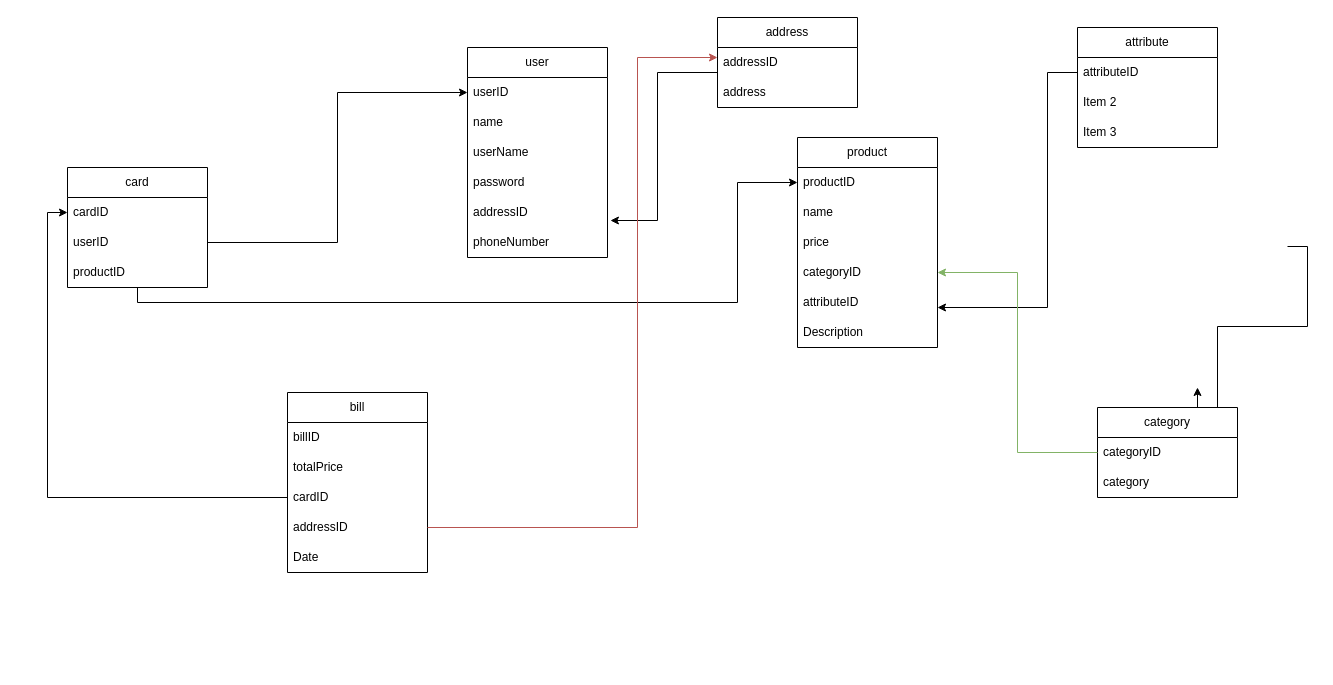
Above: Untitled Diagram.drawio in alirezamhi/ER-diagram (draw.io), before the change. Source tidied: cells renumbered, new cells numbered last; positions are measured from the earlier drawing's top-left corner, leaving out a move shared by most shapes. Both pictures are drawn from the tidied source at 100%, with x=0, y=0 at pixel (67, 17).
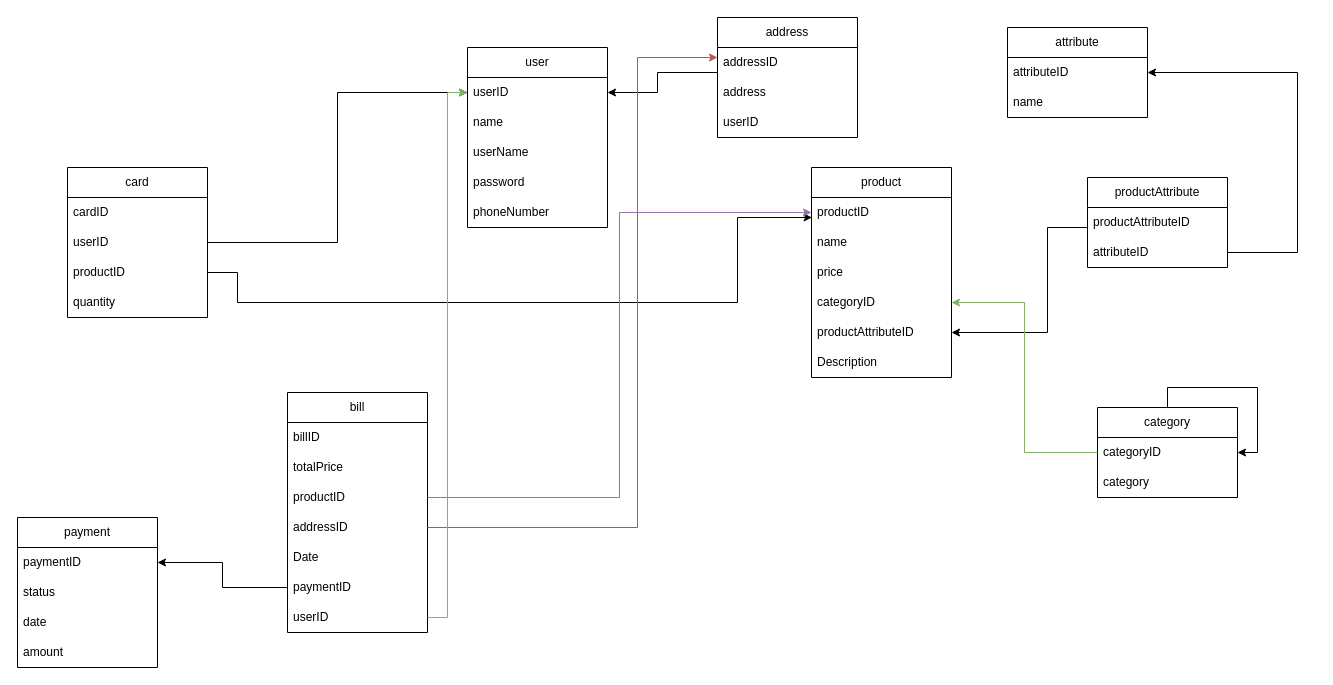
The same diagram, later.

The change refers to these unchanged cells:
```xml
<mxCell id="4" value="userID" style="text;strokeColor=none;fillColor=none;align=left;verticalAlign=middle;spacingLeft=4;spacingRight=4;overflow=hidden;points=[[0,0.5],[1,0.5]];portConstraint=eastwest;whiteSpace=wrap;html=1;" parent="3" vertex="1">
  <mxGeometry y="30" width="140" height="30" as="geometry" />
</mxCell>
<mxCell id="14" value="productID" style="text;strokeColor=none;fillColor=none;align=left;verticalAlign=middle;spacingLeft=4;spacingRight=4;overflow=hidden;points=[[0,0.5],[1,0.5]];portConstraint=eastwest;whiteSpace=wrap;html=1;" parent="13" vertex="1">
  <mxGeometry y="30" width="140" height="30" as="geometry" />
</mxCell>
<mxCell id="21" value="attributeID" style="text;strokeColor=none;fillColor=none;align=left;verticalAlign=middle;spacingLeft=4;spacingRight=4;overflow=hidden;points=[[0,0.5],[1,0.5]];portConstraint=eastwest;whiteSpace=wrap;html=1;" parent="20" vertex="1">
  <mxGeometry y="30" width="140" height="30" as="geometry" />
</mxCell>
<mxCell id="25" value="category" style="swimlane;fontStyle=0;horizontal=1;startSize=30;whiteSpace=wrap;html=1;" parent="1" vertex="1">
  <mxGeometry x="1030" y="390" width="140" height="90" as="geometry" />
</mxCell>
<mxCell id="26" value="categoryID" style="text;strokeColor=none;fillColor=none;align=left;verticalAlign=middle;spacingLeft=4;spacingRight=4;overflow=hidden;points=[[0,0.5],[1,0.5]];portConstraint=eastwest;whiteSpace=wrap;html=1;" parent="25" vertex="1">
  <mxGeometry y="30" width="140" height="30" as="geometry" />
</mxCell>
<mxCell id="30" value="cardID" style="text;strokeColor=none;fillColor=none;align=left;verticalAlign=middle;spacingLeft=4;spacingRight=4;overflow=hidden;points=[[0,0.5],[1,0.5]];portConstraint=eastwest;whiteSpace=wrap;html=1;" parent="29" vertex="1">
  <mxGeometry y="30" width="140" height="30" as="geometry" />
</mxCell>
<mxCell id="32" value="productID" style="text;strokeColor=none;fillColor=none;align=left;verticalAlign=middle;spacingLeft=4;spacingRight=4;overflow=hidden;points=[[0,0.5],[1,0.5]];portConstraint=eastwest;whiteSpace=wrap;html=1;" parent="29" vertex="1">
  <mxGeometry y="90" width="140" height="30" as="geometry" />
</mxCell>
```

What changed in the source:
```diff
@@
-    <mxCell id="2" style="edgeStyle=orthogonalEdgeStyle;rounded=0;orthogonalLoop=1;jettySize=auto;html=1;exitX=1;exitY=0.5;exitDx=0;exitDy=0;entryX=1;entryY=0.5;entryDx=0;entryDy=0;" parent="1" edge="1">
-      <mxGeometry relative="1" as="geometry">
-        <mxPoint x="1220" y="229" as="sourcePoint" />
-        <mxPoint x="1130" y="370" as="targetPoint" />
-        <Array as="points">
-          <mxPoint x="1240" y="229" />
-          <mxPoint x="1240" y="309" />
-          <mxPoint x="1150" y="309" />
-          <mxPoint x="1150" y="419" />
-        </Array>
-      </mxGeometry>
-    </mxCell>
     <mxCell id="3" value="user" style="swimlane;fontStyle=0;horizontal=1;startSize=30;whiteSpace=wrap;html=1;" parent="1" vertex="1">
-      <mxGeometry x="400" y="30" width="140" height="210" as="geometry" />
+      <mxGeometry x="400" y="30" width="140" height="180" as="geometry" />
     </mxCell>
@@
-    <mxCell id="8" value="addressID" style="text;strokeColor=none;fillColor=none;align=left;verticalAlign=middle;spacingLeft=4;spacingRight=4;overflow=hidden;points=[[0,0.5],[1,0.5]];portConstraint=eastwest;whiteSpace=wrap;html=1;" parent="3" vertex="1">
-      <mxGeometry y="150" width="140" height="30" as="geometry" />
-    </mxCell>
     <mxCell id="9" value="phoneNumber" style="text;strokeColor=none;fillColor=none;align=left;verticalAlign=middle;spacingLeft=4;spacingRight=4;overflow=hidden;whiteSpace=wrap;html=1;" parent="3" vertex="1">
-      <mxGeometry y="180" width="140" height="30" as="geometry" />
+      <mxGeometry y="150" width="140" height="30" as="geometry" />
     </mxCell>
     <mxCell id="10" value="address" style="swimlane;fontStyle=0;horizontal=1;startSize=30;whiteSpace=wrap;html=1;" parent="1" vertex="1">
-      <mxGeometry x="650" width="140" height="90" as="geometry" />
+      <mxGeometry x="650" width="140" height="120" as="geometry" />
     </mxCell>
@@
+    <mxCell id="44" value="userID" style="text;strokeColor=none;fillColor=none;align=left;verticalAlign=middle;spacingLeft=4;spacingRight=4;overflow=hidden;whiteSpace=wrap;html=1;" parent="10" vertex="1">
+      <mxGeometry y="90" width="140" height="30" as="geometry" />
+    </mxCell>
     <mxCell id="13" value="product" style="swimlane;fontStyle=0;horizontal=1;startSize=30;whiteSpace=wrap;html=1;" parent="1" vertex="1">
-      <mxGeometry x="730" y="120" width="140" height="210" as="geometry" />
+      <mxGeometry x="744" y="150" width="140" height="210" as="geometry" />
     </mxCell>
@@
-    <mxCell id="18" value="attributeID" style="text;strokeColor=none;fillColor=none;align=left;verticalAlign=middle;spacingLeft=4;spacingRight=4;overflow=hidden;points=[[0,0.5],[1,0.5]];portConstraint=eastwest;whiteSpace=wrap;html=1;" parent="13" vertex="1">
+    <mxCell id="18" value="productAttributeID" style="text;strokeColor=none;fillColor=none;align=left;verticalAlign=middle;spacingLeft=4;spacingRight=4;overflow=hidden;points=[[0,0.5],[1,0.5]];portConstraint=eastwest;whiteSpace=wrap;html=1;" parent="13" vertex="1">
       <mxGeometry y="150" width="140" height="30" as="geometry" />
     </mxCell>
@@
     <mxCell id="20" value="attribute" style="swimlane;fontStyle=0;horizontal=1;startSize=30;whiteSpace=wrap;html=1;" parent="1" vertex="1">
-      <mxGeometry x="1010" y="10" width="140" height="120" as="geometry" />
+      <mxGeometry x="940" y="10" width="140" height="90" as="geometry" />
     </mxCell>
@@
-    <mxCell id="22" value="Item 2" style="text;strokeColor=none;fillColor=none;align=left;verticalAlign=middle;spacingLeft=4;spacingRight=4;overflow=hidden;whiteSpace=wrap;html=1;" parent="20" vertex="1">
+    <mxCell id="22" value="name" style="text;strokeColor=none;fillColor=none;align=left;verticalAlign=middle;spacingLeft=4;spacingRight=4;overflow=hidden;whiteSpace=wrap;html=1;" parent="20" vertex="1">
       <mxGeometry y="60" width="140" height="30" as="geometry" />
     </mxCell>
-    <mxCell id="23" value="Item 3" style="text;strokeColor=none;fillColor=none;align=left;verticalAlign=middle;spacingLeft=4;spacingRight=4;overflow=hidden;whiteSpace=wrap;html=1;" parent="20" vertex="1">
-      <mxGeometry y="90" width="140" height="30" as="geometry" />
-    </mxCell>
-    <mxCell id="24" style="edgeStyle=orthogonalEdgeStyle;rounded=0;jettySize=auto;html=1;" parent="1" edge="1" source="21" target="18">
+    <mxCell id="24" style="edgeStyle=orthogonalEdgeStyle;rounded=0;jettySize=auto;html=1;exitX=0.002;exitY=0.667;exitDx=0;exitDy=0;exitPerimeter=0;" parent="1" edge="1" source="50" target="18">
       <mxGeometry relative="1" as="geometry">
         <Array as="points">
-          <mxPoint x="980" y="55" />
-          <mxPoint x="980" y="290" />
+          <mxPoint x="980" y="210" />
+          <mxPoint x="980" y="315" />
         </Array>
       </mxGeometry>
     </mxCell>
@@
+    <mxCell id="45" style="edgeStyle=orthogonalEdgeStyle;rounded=0;jettySize=auto;html=1;" parent="25" edge="1" source="25" target="26">
+      <mxGeometry relative="1" as="geometry" />
+    </mxCell>
@@
     <mxCell id="29" value="card" style="swimlane;fontStyle=0;horizontal=1;startSize=30;whiteSpace=wrap;html=1;" parent="1" vertex="1">
-      <mxGeometry y="150" width="140" height="120" as="geometry" />
+      <mxGeometry y="150" width="140" height="150" as="geometry" />
     </mxCell>
@@
+    <mxCell id="46" value="quantity" style="text;strokeColor=none;fillColor=none;align=left;verticalAlign=middle;spacingLeft=4;spacingRight=4;overflow=hidden;whiteSpace=wrap;html=1;" parent="29" vertex="1">
+      <mxGeometry y="120" width="140" height="30" as="geometry" />
+    </mxCell>
@@
-    <mxCell id="34" style="edgeStyle=orthogonalEdgeStyle;rounded=0;jettySize=auto;html=1;" parent="1" edge="1" source="32" target="14">
+    <mxCell id="34" style="edgeStyle=orthogonalEdgeStyle;rounded=0;jettySize=auto;html=1;entryX=0.004;entryY=0.667;entryDx=0;entryDy=0;entryPerimeter=0;" parent="1" edge="1" source="32" target="14">
       <mxGeometry relative="1" as="geometry">
         <Array as="points">
+          <mxPoint x="170" y="255" />
+          <mxPoint x="170" y="285" />
           <mxPoint x="670" y="285" />
-          <mxPoint x="670" y="165" />
+          <mxPoint x="670" y="200" />
         </Array>
       </mxGeometry>
     </mxCell>
-    <mxCell id="35" style="edgeStyle=orthogonalEdgeStyle;rounded=0;jettySize=auto;html=1;entryX=1.021;entryY=0.767;entryDx=0;entryDy=0;entryPerimeter=0;" parent="1" edge="1" source="10" target="8">
+    <mxCell id="35" style="edgeStyle=orthogonalEdgeStyle;rounded=0;jettySize=auto;html=1;entryX=1;entryY=0.5;entryDx=0;entryDy=0;" parent="1" edge="1" source="10" target="4">
       <mxGeometry relative="1" as="geometry">
         <Array as="points">
           <mxPoint x="590" y="55" />
-          <mxPoint x="590" y="203" />
+          <mxPoint x="590" y="75" />
         </Array>
       </mxGeometry>
     </mxCell>
     <mxCell id="36" value="bill" style="swimlane;fontStyle=0;horizontal=1;startSize=30;whiteSpace=wrap;html=1;" parent="1" vertex="1">
-      <mxGeometry x="220" y="375" width="140" height="180" as="geometry" />
+      <mxGeometry x="220" y="375" width="140" height="240" as="geometry" />
     </mxCell>
@@
-    <mxCell id="39" value="cardID" style="text;strokeColor=none;fillColor=none;align=left;verticalAlign=middle;spacingLeft=4;spacingRight=4;overflow=hidden;points=[[0,0.5],[1,0.5]];portConstraint=eastwest;whiteSpace=wrap;html=1;" parent="36" vertex="1">
+    <mxCell id="39" value="productID" style="text;strokeColor=none;fillColor=none;align=left;verticalAlign=middle;spacingLeft=4;spacingRight=4;overflow=hidden;points=[[0,0.5],[1,0.5]];portConstraint=eastwest;whiteSpace=wrap;html=1;" parent="36" vertex="1">
       <mxGeometry y="90" width="140" height="30" as="geometry" />
     </mxCell>
@@
-    <mxCell id="42" style="edgeStyle=orthogonalEdgeStyle;rounded=0;jettySize=auto;html=1;entryX=0;entryY=0.5;entryDx=0;entryDy=0;" parent="1" edge="1" source="39" target="30">
-      <mxGeometry relative="1" as="geometry" />
-    </mxCell>
+    <mxCell id="47" value="paymentID" style="text;strokeColor=none;fillColor=none;align=left;verticalAlign=middle;spacingLeft=4;spacingRight=4;overflow=hidden;points=[[0,0.5],[1,0.5]];portConstraint=eastwest;whiteSpace=wrap;html=1;" parent="36" vertex="1">
+      <mxGeometry y="180" width="140" height="30" as="geometry" />
+    </mxCell>
+    <mxCell id="48" value="userID" style="text;strokeColor=none;fillColor=none;align=left;verticalAlign=middle;spacingLeft=4;spacingRight=4;overflow=hidden;points=[[0,0.5],[1,0.5]];portConstraint=eastwest;whiteSpace=wrap;html=1;" parent="36" vertex="1">
+      <mxGeometry y="210" width="140" height="30" as="geometry" />
+    </mxCell>
@@
+    <mxCell id="49" value="productAttribute" style="swimlane;fontStyle=0;horizontal=1;startSize=30;whiteSpace=wrap;html=1;" parent="1" vertex="1">
+      <mxGeometry x="1020" y="160" width="140" height="90" as="geometry" />
+    </mxCell>
+    <mxCell id="50" value="productAttributeID" style="text;strokeColor=none;fillColor=none;align=left;verticalAlign=middle;spacingLeft=4;spacingRight=4;overflow=hidden;points=[[0,0.5],[1,0.5]];portConstraint=eastwest;whiteSpace=wrap;html=1;" parent="49" vertex="1">
+      <mxGeometry y="30" width="140" height="30" as="geometry" />
+    </mxCell>
+    <mxCell id="51" value="attributeID" style="text;strokeColor=none;fillColor=none;align=left;verticalAlign=middle;spacingLeft=4;spacingRight=4;overflow=hidden;points=[[0,0.5],[1,0.5]];portConstraint=eastwest;whiteSpace=wrap;html=1;" parent="49" vertex="1">
+      <mxGeometry y="60" width="140" height="30" as="geometry" />
+    </mxCell>
+    <mxCell id="52" style="edgeStyle=orthogonalEdgeStyle;rounded=0;jettySize=auto;html=1;entryX=0;entryY=0.5;entryDx=0;entryDy=0;fillColor=#e1d5e7;strokeColor=#9673a6;" parent="1" edge="1" source="39" target="14">
+      <mxGeometry relative="1" as="geometry" />
+    </mxCell>
+    <mxCell id="53" value="payment" style="swimlane;fontStyle=0;horizontal=1;startSize=30;whiteSpace=wrap;html=1;" parent="1" vertex="1">
+      <mxGeometry x="-50" y="500" width="140" height="150" as="geometry" />
+    </mxCell>
+    <mxCell id="54" value="paymentID" style="text;strokeColor=none;fillColor=none;align=left;verticalAlign=middle;spacingLeft=4;spacingRight=4;overflow=hidden;points=[[0,0.5],[1,0.5]];portConstraint=eastwest;whiteSpace=wrap;html=1;" parent="53" vertex="1">
+      <mxGeometry y="30" width="140" height="30" as="geometry" />
+    </mxCell>
+    <mxCell id="55" value="status" style="text;strokeColor=none;fillColor=none;align=left;verticalAlign=middle;spacingLeft=4;spacingRight=4;overflow=hidden;whiteSpace=wrap;html=1;" parent="53" vertex="1">
+      <mxGeometry y="60" width="140" height="30" as="geometry" />
+    </mxCell>
+    <mxCell id="56" value="date" style="text;strokeColor=none;fillColor=none;align=left;verticalAlign=middle;spacingLeft=4;spacingRight=4;overflow=hidden;whiteSpace=wrap;html=1;" parent="53" vertex="1">
+      <mxGeometry y="90" width="140" height="30" as="geometry" />
+    </mxCell>
+    <mxCell id="57" value="amount" style="text;strokeColor=none;fillColor=none;align=left;verticalAlign=middle;spacingLeft=4;spacingRight=4;overflow=hidden;whiteSpace=wrap;html=1;" parent="53" vertex="1">
+      <mxGeometry y="120" width="140" height="30" as="geometry" />
+    </mxCell>
+    <mxCell id="58" style="edgeStyle=orthogonalEdgeStyle;rounded=0;jettySize=auto;html=1;entryX=1;entryY=0.5;entryDx=0;entryDy=0;" parent="1" edge="1" source="47" target="54">
+      <mxGeometry relative="1" as="geometry" />
+    </mxCell>
+    <mxCell id="59" style="edgeStyle=orthogonalEdgeStyle;rounded=0;jettySize=auto;html=1;entryX=0;entryY=0.5;entryDx=0;entryDy=0;fillColor=#d5e8d4;strokeColor=#82b366;" parent="1" edge="1" source="48" target="4">
+      <mxGeometry relative="1" as="geometry" />
+    </mxCell>
+    <mxCell id="60" style="edgeStyle=orthogonalEdgeStyle;rounded=0;jettySize=auto;html=1;entryX=1;entryY=0.5;entryDx=0;entryDy=0;" parent="1" edge="1" source="51" target="21">
+      <mxGeometry relative="1" as="geometry">
+        <Array as="points">
+          <mxPoint x="1230" y="235" />
+          <mxPoint x="1230" y="55" />
+        </Array>
+      </mxGeometry>
+    </mxCell>
```
